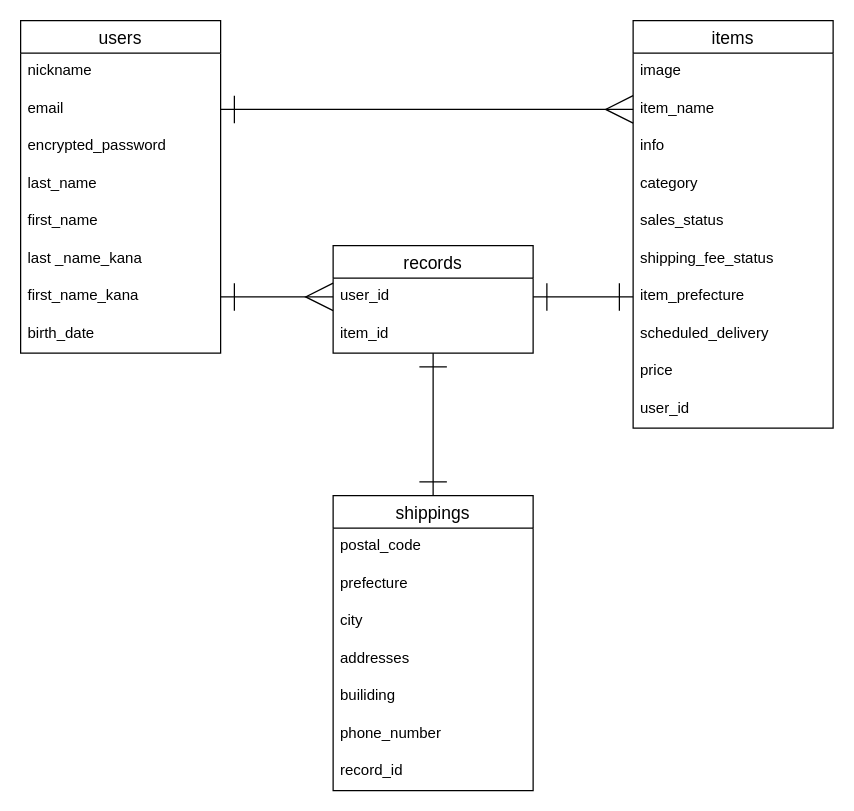
This is ER.dio from chicorycoffee/furima-39312, a draw.io file, before an edit. Source tidied: cells renumbered, new cells numbered last; positions are measured from the earlier drawing's top-left corner, leaving out a move shared by most shapes. Both pictures are drawn from the tidied source at 125%, with x=0, y=0 at pixel (20, 20).
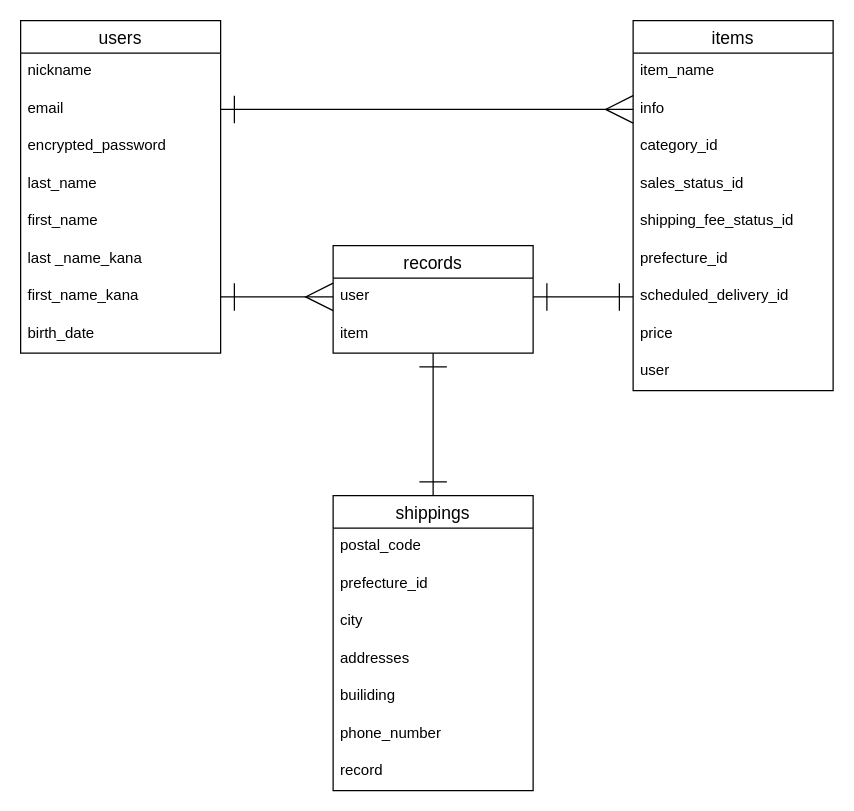
Above is the later version.

Commit message (it also covers changes not shown here):
データベース設計・修正

Unchanged cells that the change refers to:
```xml
<mxCell id="4" value="email" style="text;strokeColor=none;fillColor=none;spacingLeft=4;spacingRight=4;overflow=hidden;points=[[0,0.5],[1,0.5]];portConstraint=eastwest;fontSize=12;" parent="2" vertex="1">
  <mxGeometry y="56" width="160" height="30" as="geometry" />
</mxCell>
<mxCell id="22" value="records" style="swimlane;fontStyle=0;horizontal=1;startSize=26;align=center;fontSize=14;" parent="1" vertex="1">
  <mxGeometry x="250" y="180" width="160" height="86" as="geometry" />
</mxCell>
<mxCell id="26" value="shippings" style="swimlane;fontStyle=0;horizontal=1;startSize=26;align=center;fontSize=14;" parent="1" vertex="1">
  <mxGeometry x="250" y="380" width="160" height="236" as="geometry" />
</mxCell>
```

What changed in the source:
```diff
@@
     <mxCell id="11" value="items" style="swimlane;fontStyle=0;horizontal=1;startSize=26;align=center;fontSize=14;" parent="1" vertex="1">
-      <mxGeometry x="490" width="160" height="326" as="geometry" />
+      <mxGeometry x="490" width="160" height="296" as="geometry" />
     </mxCell>
-    <mxCell id="12" value="image&#10;" style="text;strokeColor=none;fillColor=none;spacingLeft=4;spacingRight=4;overflow=hidden;fontSize=12;" parent="11" vertex="1">
-      <mxGeometry y="26" width="160" height="30" as="geometry" />
-    </mxCell>
     <mxCell id="13" value="item_name&#10;" style="text;strokeColor=none;fillColor=none;spacingLeft=4;spacingRight=4;overflow=hidden;points=[[0,0.5],[1,0.5]];portConstraint=eastwest;fontSize=12;" parent="11" vertex="1">
-      <mxGeometry y="56" width="160" height="30" as="geometry" />
+      <mxGeometry y="26" width="160" height="30" as="geometry" />
     </mxCell>
     <mxCell id="14" value="info" style="text;strokeColor=none;fillColor=none;spacingLeft=4;spacingRight=4;overflow=hidden;points=[[0,0.5],[1,0.5]];portConstraint=eastwest;fontSize=12;" parent="11" vertex="1">
-      <mxGeometry y="86" width="160" height="30" as="geometry" />
+      <mxGeometry y="56" width="160" height="30" as="geometry" />
     </mxCell>
-    <mxCell id="15" value="category" style="text;strokeColor=none;fillColor=none;spacingLeft=4;spacingRight=4;overflow=hidden;fontSize=12;" parent="11" vertex="1">
-      <mxGeometry y="116" width="160" height="30" as="geometry" />
+    <mxCell id="15" value="category_id" style="text;strokeColor=none;fillColor=none;spacingLeft=4;spacingRight=4;overflow=hidden;fontSize=12;" parent="11" vertex="1">
+      <mxGeometry y="86" width="160" height="30" as="geometry" />
     </mxCell>
-    <mxCell id="16" value="sales_status&#10;&#10;" style="text;strokeColor=none;fillColor=none;spacingLeft=4;spacingRight=4;overflow=hidden;fontSize=12;" parent="11" vertex="1">
-      <mxGeometry y="146" width="160" height="30" as="geometry" />
+    <mxCell id="16" value="sales_status_id&#10;&#10;" style="text;strokeColor=none;fillColor=none;spacingLeft=4;spacingRight=4;overflow=hidden;fontSize=12;" parent="11" vertex="1">
+      <mxGeometry y="116" width="160" height="30" as="geometry" />
     </mxCell>
-    <mxCell id="17" value="shipping_fee_status" style="text;strokeColor=none;fillColor=none;spacingLeft=4;spacingRight=4;overflow=hidden;fontSize=12;" parent="11" vertex="1">
-      <mxGeometry y="176" width="160" height="30" as="geometry" />
+    <mxCell id="17" value="shipping_fee_status_id" style="text;strokeColor=none;fillColor=none;spacingLeft=4;spacingRight=4;overflow=hidden;fontSize=12;" parent="11" vertex="1">
+      <mxGeometry y="146" width="160" height="30" as="geometry" />
     </mxCell>
-    <mxCell id="18" value="item_prefecture&#10;" style="text;strokeColor=none;fillColor=none;spacingLeft=4;spacingRight=4;overflow=hidden;points=[[0,0.5],[1,0.5]];portConstraint=eastwest;fontSize=12;" parent="11" vertex="1">
-      <mxGeometry y="206" width="160" height="30" as="geometry" />
+    <mxCell id="18" value="prefecture_id&#10;" style="text;strokeColor=none;fillColor=none;spacingLeft=4;spacingRight=4;overflow=hidden;points=[[0,0.5],[1,0.5]];portConstraint=eastwest;fontSize=12;" parent="11" vertex="1">
+      <mxGeometry y="176" width="160" height="30" as="geometry" />
     </mxCell>
-    <mxCell id="19" value="scheduled_delivery&#10;" style="text;strokeColor=none;fillColor=none;spacingLeft=4;spacingRight=4;overflow=hidden;points=[[0,0.5],[1,0.5]];portConstraint=eastwest;fontSize=12;" parent="11" vertex="1">
-      <mxGeometry y="236" width="160" height="30" as="geometry" />
+    <mxCell id="19" value="scheduled_delivery_id&#10;" style="text;strokeColor=none;fillColor=none;spacingLeft=4;spacingRight=4;overflow=hidden;points=[[0,0.5],[1,0.5]];portConstraint=eastwest;fontSize=12;" parent="11" vertex="1">
+      <mxGeometry y="206" width="160" height="30" as="geometry" />
     </mxCell>
     <mxCell id="20" value="price&#10;" style="text;strokeColor=none;fillColor=none;spacingLeft=4;spacingRight=4;overflow=hidden;fontSize=12;" parent="11" vertex="1">
-      <mxGeometry y="266" width="160" height="30" as="geometry" />
+      <mxGeometry y="236" width="160" height="30" as="geometry" />
     </mxCell>
-    <mxCell id="21" value="user_id" style="text;strokeColor=none;fillColor=none;spacingLeft=4;spacingRight=4;overflow=hidden;fontSize=12;" parent="11" vertex="1">
-      <mxGeometry y="296" width="160" height="30" as="geometry" />
+    <mxCell id="21" value="user" style="text;strokeColor=none;fillColor=none;spacingLeft=4;spacingRight=4;overflow=hidden;fontSize=12;" parent="11" vertex="1">
+      <mxGeometry y="266" width="160" height="30" as="geometry" />
     </mxCell>
@@
-    <mxCell id="23" value="user_id" style="text;strokeColor=none;fillColor=none;spacingLeft=4;spacingRight=4;overflow=hidden;points=[[0,0.5],[1,0.5]];portConstraint=eastwest;fontSize=12;" parent="22" vertex="1">
+    <mxCell id="23" value="user" style="text;strokeColor=none;fillColor=none;spacingLeft=4;spacingRight=4;overflow=hidden;points=[[0,0.5],[1,0.5]];portConstraint=eastwest;fontSize=12;" parent="22" vertex="1">
       <mxGeometry y="26" width="160" height="30" as="geometry" />
     </mxCell>
-    <mxCell id="24" value="item_id&#10;" style="text;strokeColor=none;fillColor=none;spacingLeft=4;spacingRight=4;overflow=hidden;points=[[0,0.5],[1,0.5]];portConstraint=eastwest;fontSize=12;" parent="22" vertex="1">
+    <mxCell id="24" value="item&#10;" style="text;strokeColor=none;fillColor=none;spacingLeft=4;spacingRight=4;overflow=hidden;points=[[0,0.5],[1,0.5]];portConstraint=eastwest;fontSize=12;" parent="22" vertex="1">
       <mxGeometry y="56" width="160" height="30" as="geometry" />
     </mxCell>
@@
-    <mxCell id="28" value="prefecture" style="text;strokeColor=none;fillColor=none;spacingLeft=4;spacingRight=4;overflow=hidden;fontSize=12;" parent="26" vertex="1">
+    <mxCell id="28" value="prefecture_id" style="text;strokeColor=none;fillColor=none;spacingLeft=4;spacingRight=4;overflow=hidden;fontSize=12;" parent="26" vertex="1">
       <mxGeometry y="56" width="160" height="30" as="geometry" />
     </mxCell>
@@
-    <mxCell id="33" value="record_id" style="text;strokeColor=none;fillColor=none;spacingLeft=4;spacingRight=4;overflow=hidden;fontSize=12;" parent="26" vertex="1">
+    <mxCell id="33" value="record" style="text;strokeColor=none;fillColor=none;spacingLeft=4;spacingRight=4;overflow=hidden;fontSize=12;" parent="26" vertex="1">
       <mxGeometry y="206" width="160" height="30" as="geometry" />
     </mxCell>
-    <mxCell id="34" style="edgeStyle=none;html=1;exitX=1;exitY=0.5;exitDx=0;exitDy=0;entryX=0;entryY=0.5;entryDx=0;entryDy=0;strokeColor=default;startArrow=ERone;startFill=0;endArrow=ERmany;endFill=0;startSize=20;endSize=20;" parent="1" edge="1" source="4" target="13">
+    <mxCell id="34" style="edgeStyle=none;html=1;exitX=1;exitY=0.5;exitDx=0;exitDy=0;entryX=0;entryY=0.5;entryDx=0;entryDy=0;strokeColor=default;startArrow=ERone;startFill=0;endArrow=ERmany;endFill=0;startSize=20;endSize=20;" parent="1" edge="1" source="4" target="14">
       <mxGeometry relative="1" as="geometry" />
     </mxCell>
@@
-    <mxCell id="36" style="edgeStyle=none;html=1;exitX=1;exitY=0.5;exitDx=0;exitDy=0;strokeColor=default;startArrow=ERone;startFill=0;endArrow=ERone;endFill=0;startSize=20;endSize=20;entryX=0;entryY=0.5;entryDx=0;entryDy=0;" parent="1" edge="1" source="23" target="18">
+    <mxCell id="36" style="edgeStyle=none;html=1;exitX=1;exitY=0.5;exitDx=0;exitDy=0;strokeColor=default;startArrow=ERone;startFill=0;endArrow=ERone;endFill=0;startSize=20;endSize=20;entryX=0;entryY=0.5;entryDx=0;entryDy=0;" parent="1" edge="1" source="23" target="19">
       <mxGeometry relative="1" as="geometry" />
     </mxCell>
```
